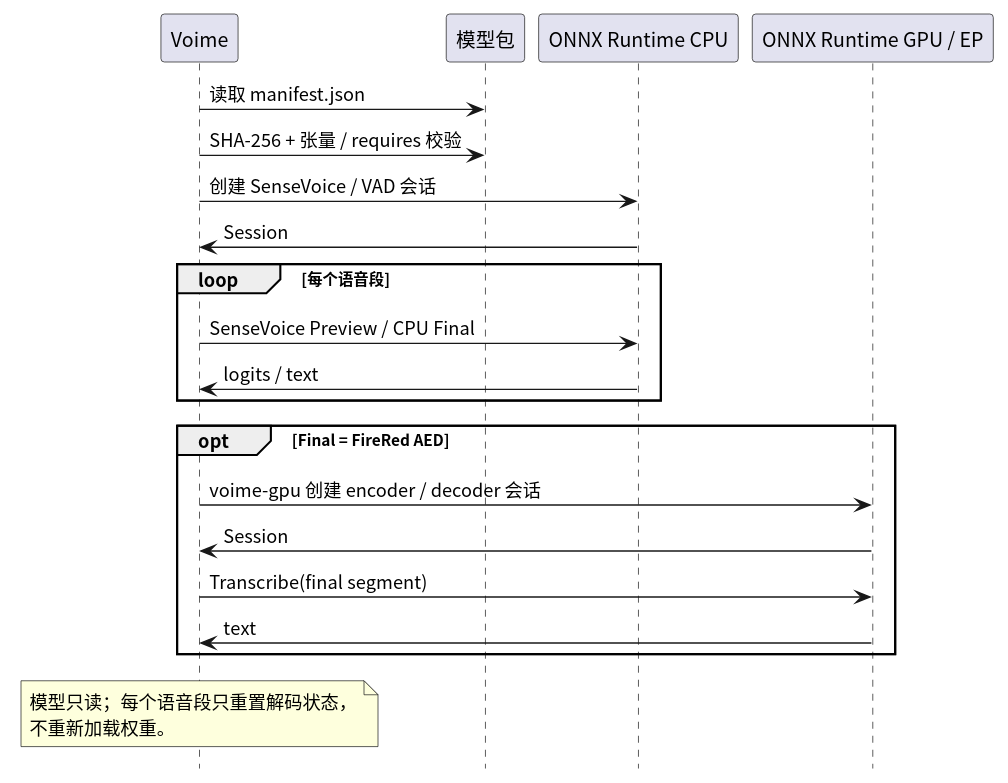
This is diagram/provider-inference.svg from 54m43lJ/voime, a PlantUML export, as it was before one commit.
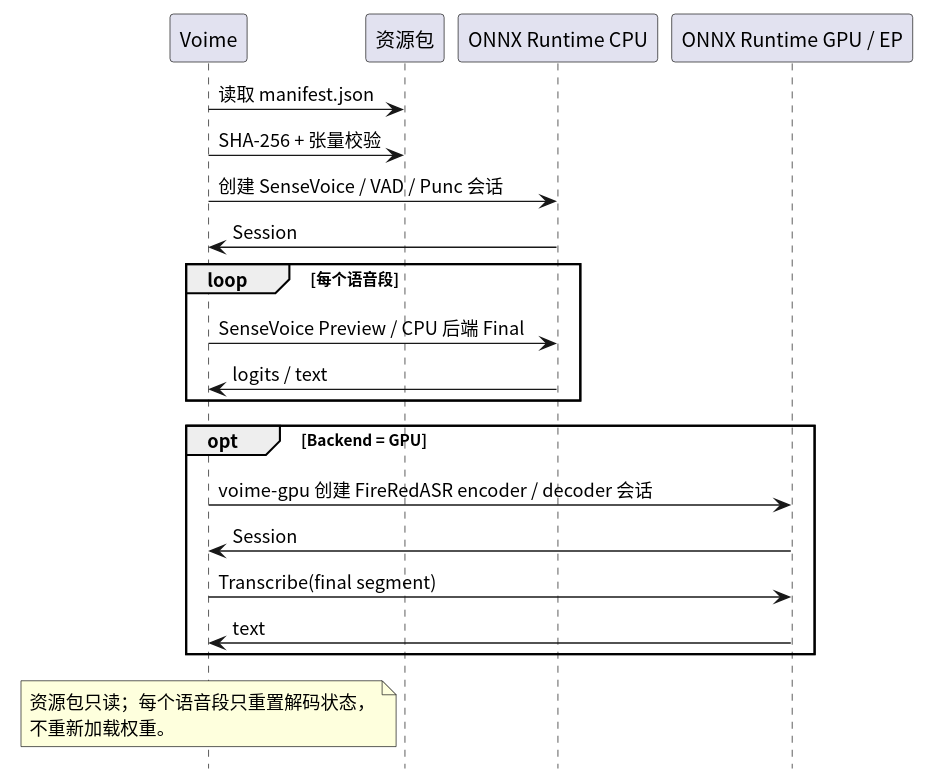
The same file after the commit.

What changed in the source:
```diff
@@ -4,29 +4,29 @@
 hide footbox
 
 participant "Voime" as Voime
-participant "模型包" as Model
+participant "资源包" as Model
 participant "ONNX Runtime CPU" as OrtCpu
 participant "ONNX Runtime GPU / EP" as OrtGpu
 
 Voime -> Model : 读取 manifest.json
-Voime -> Model : SHA-256 + 张量 / requires 校验
-Voime -> OrtCpu : 创建 SenseVoice / VAD 会话
+Voime -> Model : SHA-256 + 张量校验
+Voime -> OrtCpu : 创建 SenseVoice / VAD / Punc 会话
 OrtCpu -> Voime : Session
 
 loop 每个语音段
-  Voime -> OrtCpu : SenseVoice Preview / CPU Final
+  Voime -> OrtCpu : SenseVoice Preview / CPU 后端 Final
   OrtCpu -> Voime : logits / text
 end
 
-opt Final = FireRed AED
-  Voime -> OrtGpu : voime-gpu 创建 encoder / decoder 会话
+opt Backend = GPU
+  Voime -> OrtGpu : voime-gpu 创建 FireRedASR encoder / decoder 会话
   OrtGpu -> Voime : Session
   Voime -> OrtGpu : Transcribe(final segment)
   OrtGpu -> Voime : text
 end
 
 note over Voime
-  模型只读；每个语音段只重置解码状态，
+  资源包只读；每个语音段只重置解码状态，
   不重新加载权重。
 end note
 @enduml
```
